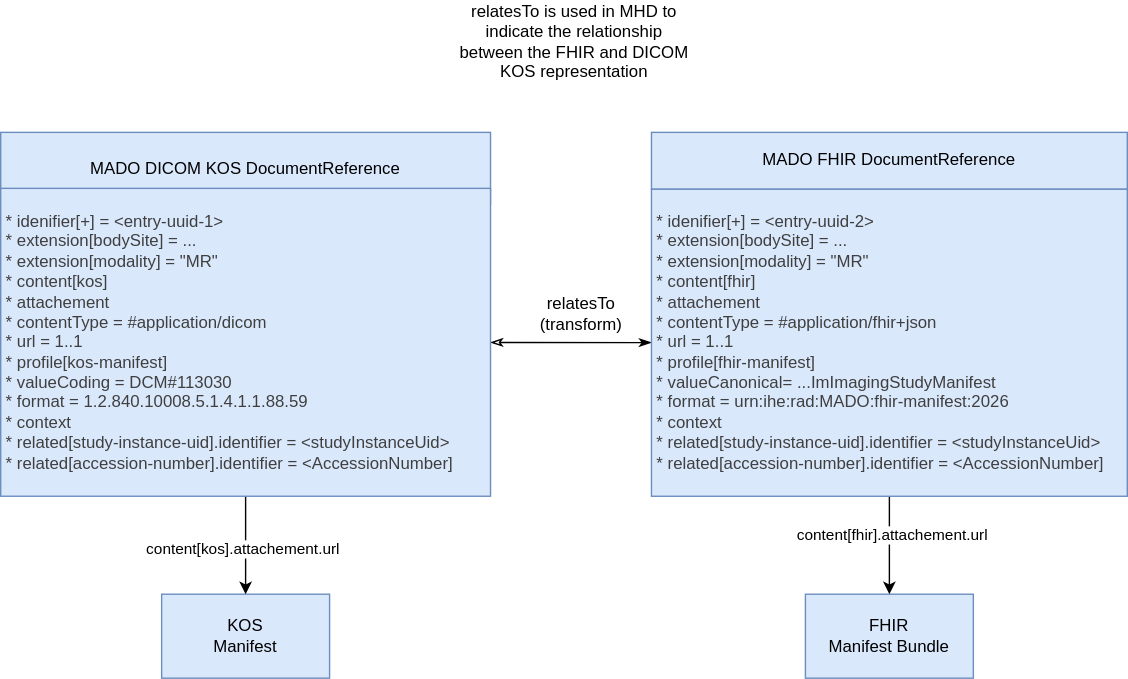
bvdh/bvdh-ihe-mado keeps this draw.io diagram as input/images/manifest-envelope.drawio.svg. Above is the earlier version. Source tidied: cells renumbered, new cells last; positions are measured from the earlier drawing's top-left corner, leaving out a move shared by most shapes.
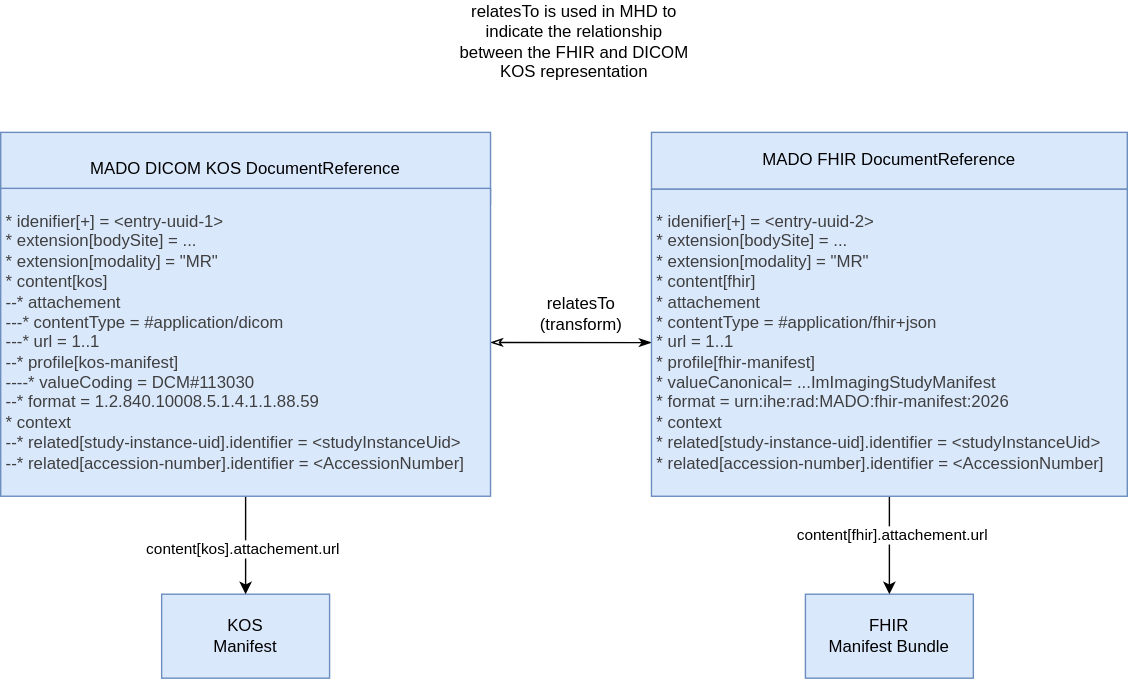
After the change.

Diff of the diagram source:
```diff
@@ -35,7 +35,7 @@
     <mxCell id="12" value="MADO DICOM KOS DocumentReference" style="whiteSpace=wrap;html=1;fillColor=#dae8fc;strokeColor=#6c8ebf;" parent="11" vertex="1">
       <mxGeometry x="-80" width="350" height="51.3" as="geometry" />
     </mxCell>
-    <mxCell id="13" value="&lt;span style=&quot;background-color: transparent; scrollbar-color: rgb(226, 226, 226) rgb(251, 251, 251); color: rgb(63, 63, 63);&quot;&gt;&lt;div style=&quot;&quot;&gt;&lt;span style=&quot;scrollbar-color: rgb(226, 226, 226) rgb(251, 251, 251); color: rgb(63, 63, 63);&quot;&gt;&lt;div style=&quot;&quot;&gt;&lt;div&gt;&lt;span style=&quot;color: rgb(63, 63, 63); background-color: transparent;&quot;&gt;* idenifier[+] = &amp;lt;entry-uuid-1&amp;gt;&lt;/span&gt;&lt;/div&gt;&lt;div&gt;&lt;span style=&quot;color: rgb(63, 63, 63); background-color: transparent;&quot;&gt;* extension[bodySite] = ...&lt;/span&gt;&lt;/div&gt;&lt;div&gt;&lt;span style=&quot;color: rgb(63, 63, 63); background-color: transparent;&quot;&gt;* extension[modality] = &quot;MR&quot;&lt;/span&gt;&lt;/div&gt;&lt;div&gt;&lt;span style=&quot;color: rgb(63, 63, 63); background-color: transparent;&quot;&gt;* content[kos]&lt;/span&gt;&lt;/div&gt;&lt;div&gt;&amp;nbsp; * attachement&lt;/div&gt;&lt;div&gt;&amp;nbsp; &amp;nbsp; * contentType = #application/dicom&lt;/div&gt;&lt;div&gt;&amp;nbsp; &amp;nbsp; * url = 1..1&lt;/div&gt;&lt;div&gt;&amp;nbsp; * profile[kos-manifest]&lt;/div&gt;&lt;div&gt;&amp;nbsp; &amp;nbsp; * valueCoding = DCM#113030&lt;/div&gt;&lt;div&gt;&amp;nbsp; * format = 1.2.840.10008.5.1.4.1.1.88.59&lt;/div&gt;&lt;div&gt;* context&lt;/div&gt;&lt;div&gt;&amp;nbsp; * related[study-instance-uid].identifier = &amp;lt;studyInstanceUid&amp;gt;&lt;/div&gt;&lt;div&gt;&amp;nbsp; * related[accession-number].identifier = &amp;lt;AccessionNumber]&lt;/div&gt;&lt;/div&gt;&lt;/span&gt;&lt;/div&gt;&lt;/span&gt;" style="whiteSpace=wrap;html=1;align=left;spacingLeft=2;fillColor=#dae8fc;strokeColor=#6c8ebf;" parent="11" vertex="1">
+    <mxCell id="13" value="&lt;span style=&quot;background-color: transparent; scrollbar-color: rgb(226, 226, 226) rgb(251, 251, 251); color: rgb(63, 63, 63);&quot;&gt;&lt;div style=&quot;&quot;&gt;&lt;span style=&quot;scrollbar-color: rgb(226, 226, 226) rgb(251, 251, 251); color: rgb(63, 63, 63);&quot;&gt;&lt;div style=&quot;&quot;&gt;&lt;div&gt;&lt;span style=&quot;color: rgb(63, 63, 63); background-color: transparent;&quot;&gt;* idenifier[+] = &amp;lt;entry-uuid-1&amp;gt;&lt;/span&gt;&lt;/div&gt;&lt;div&gt;&lt;span style=&quot;color: rgb(63, 63, 63); background-color: transparent;&quot;&gt;* extension[bodySite] = ...&lt;/span&gt;&lt;/div&gt;&lt;div&gt;&lt;span style=&quot;color: rgb(63, 63, 63); background-color: transparent;&quot;&gt;* extension[modality] = &quot;MR&quot;&lt;/span&gt;&lt;/div&gt;&lt;div&gt;&lt;span style=&quot;color: rgb(63, 63, 63); background-color: transparent;&quot;&gt;* content[kos]&lt;/span&gt;&lt;/div&gt;&lt;div&gt;--* attachement&lt;/div&gt;&lt;div&gt;---* contentType = #application/dicom&lt;/div&gt;&lt;div&gt;---* url = 1..1&lt;/div&gt;&lt;div&gt;--* profile[kos-manifest]&lt;/div&gt;&lt;div&gt;----* valueCoding = DCM#113030&lt;/div&gt;&lt;div&gt;--* format = 1.2.840.10008.5.1.4.1.1.88.59&lt;/div&gt;&lt;div&gt;* context&lt;/div&gt;&lt;div&gt;--* related[study-instance-uid].identifier = &amp;lt;studyInstanceUid&amp;gt;&lt;/div&gt;&lt;div&gt;--* related[accession-number].identifier = &amp;lt;AccessionNumber]&lt;/div&gt;&lt;/div&gt;&lt;/span&gt;&lt;/div&gt;&lt;/span&gt;" style="whiteSpace=wrap;html=1;align=left;spacingLeft=2;fillColor=#dae8fc;strokeColor=#6c8ebf;" parent="11" vertex="1">
       <mxGeometry x="-80" y="40" width="350" height="220" as="geometry" />
     </mxCell>
     <mxCell id="14" style="group;" parent="1" vertex="1">
```
